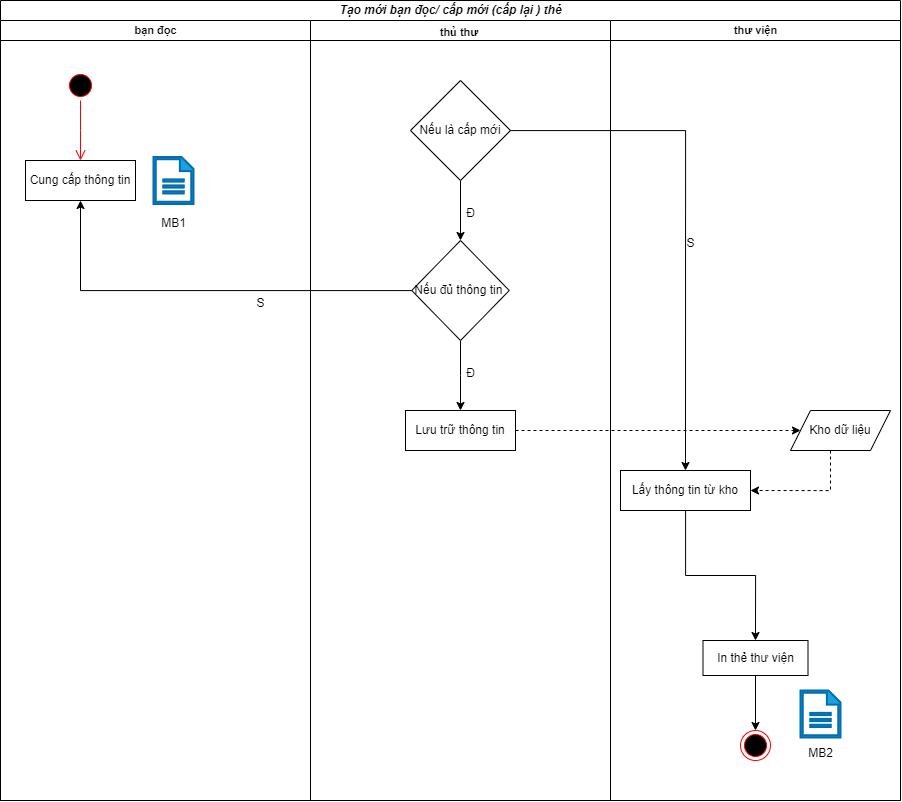
Earlier version of the draw.io export bài tap lớn/cấp mới (cấp lại ) thẻ.drawio.png (vqh17062001/PTTKHT). Source tidied: cells renumbered, new cells last; positions are measured from the earlier drawing's top-left corner, leaving out a move shared by most shapes. Source of this version:
```xml
<mxGraphModel>
  <root>
    <mxCell id="0" />
    <mxCell id="1" parent="0" />
    <mxCell id="2" value="&lt;b&gt;&lt;i&gt;Tạo mới bạn đọc/ cấp mới (cấp lại ) thẻ&lt;/i&gt;&lt;/b&gt;" style="swimlane;startSize=20;html=1;" parent="1" vertex="1">
      <mxGeometry width="900" height="800" as="geometry" />
    </mxCell>
    <mxCell id="3" value="&lt;font style=&quot;font-size: 11px;&quot;&gt;&lt;b&gt;bạn đọc&lt;/b&gt;&lt;br&gt;&lt;/font&gt;&lt;span style=&quot;font-size:13.0pt;&lt;br/&gt;line-height:130%;font-family:&amp;quot;Times New Roman&amp;quot;,serif;mso-fareast-font-family:&lt;br/&gt;Calibri;mso-ansi-language:VI;mso-fareast-language:EN-US;mso-bidi-language:AR-SA;&lt;br/&gt;mso-bidi-font-weight:bold&quot; lang=&quot;VI&quot;&gt;&lt;/span&gt;" style="swimlane;startSize=20;html=1;" parent="2" vertex="1">
      <mxGeometry y="20" width="310" height="780" as="geometry" />
    </mxCell>
    <mxCell id="4" style="ellipse;html=1;shape=startState;fillColor=#000000;strokeColor=#ff0000;" parent="3" vertex="1">
      <mxGeometry x="65" y="50" width="30" height="30" as="geometry" />
    </mxCell>
    <mxCell id="5" style="edgeStyle=orthogonalEdgeStyle;html=1;verticalAlign=bottom;endArrow=open;endSize=8;strokeColor=#ff0000;rounded=0;" parent="3" edge="1" source="4">
      <mxGeometry relative="1" as="geometry">
        <mxPoint x="80" y="140" as="targetPoint" />
      </mxGeometry>
    </mxCell>
    <mxCell id="6" value="Cung cấp thông tin" style="rounded=0;whiteSpace=wrap;html=1;" parent="3" vertex="1">
      <mxGeometry x="25" y="140" width="110" height="40" as="geometry" />
    </mxCell>
    <mxCell id="7" style="sketch=0;shadow=0;html=1;strokeColor=#006EAF;fillColor=#1ba1e2;labelPosition=center;verticalLabelPosition=bottom;verticalAlign=top;align=center;shape=mxgraph.office.concepts.document;fontColor=#ffffff;strokeWidth=2;" parent="3" vertex="1">
      <mxGeometry x="153" y="136.5" width="40" height="47" as="geometry" />
    </mxCell>
    <mxCell id="8" value="MB1" style="text;html=1;align=center;verticalAlign=middle;strokeColor=none;fillColor=none;" parent="3" vertex="1">
      <mxGeometry x="148" y="188" width="50" height="30" as="geometry" />
    </mxCell>
    <mxCell id="9" value="&lt;b&gt;&lt;font style=&quot;font-size: 11px;&quot;&gt;thủ thư&amp;nbsp;&lt;/font&gt;&lt;/b&gt;&lt;span style=&quot;font-size:13.0pt;line-height:130%;&lt;br/&gt;font-family:&amp;quot;Times New Roman&amp;quot;,serif;mso-fareast-font-family:Calibri;mso-ansi-language:&lt;br/&gt;VI;mso-fareast-language:EN-US;mso-bidi-language:AR-SA;mso-bidi-font-weight:&lt;br/&gt;bold&quot; lang=&quot;VI&quot;&gt;&lt;/span&gt;" style="swimlane;startSize=20;html=1;" parent="2" vertex="1">
      <mxGeometry x="310" y="20" width="300" height="780" as="geometry" />
    </mxCell>
    <mxCell id="10" style="edgeStyle=orthogonalEdgeStyle;rounded=0;jettySize=auto;html=1;entryX=0.5;entryY=0;entryDx=0;entryDy=0;" parent="9" edge="1" source="11" target="13">
      <mxGeometry relative="1" as="geometry" />
    </mxCell>
    <mxCell id="11" value="Nếu là cấp mới" style="rhombus;whiteSpace=wrap;html=1;" parent="9" vertex="1">
      <mxGeometry x="100" y="60" width="100" height="100" as="geometry" />
    </mxCell>
    <mxCell id="12" style="edgeStyle=orthogonalEdgeStyle;rounded=0;jettySize=auto;html=1;entryX=0.5;entryY=0;entryDx=0;entryDy=0;" parent="9" edge="1" source="13" target="14">
      <mxGeometry relative="1" as="geometry" />
    </mxCell>
    <mxCell id="13" value="Nếu đủ thông tin&amp;nbsp;" style="rhombus;whiteSpace=wrap;html=1;" parent="9" vertex="1">
      <mxGeometry x="101.2" y="220" width="97.5" height="100" as="geometry" />
    </mxCell>
    <mxCell id="14" value="Lưu trữ thông tin" style="rounded=0;whiteSpace=wrap;html=1;" parent="9" vertex="1">
      <mxGeometry x="95" y="390" width="110" height="40" as="geometry" />
    </mxCell>
    <mxCell id="15" value="&lt;b&gt;&lt;font style=&quot;font-size: 11px;&quot;&gt;thư viện&lt;/font&gt;&lt;/b&gt;" style="swimlane;startSize=20;html=1;" parent="2" vertex="1">
      <mxGeometry x="610" y="20" width="290" height="780" as="geometry" />
    </mxCell>
    <mxCell id="16" style="edgeStyle=orthogonalEdgeStyle;rounded=0;jettySize=auto;html=1;entryX=0.5;entryY=0;entryDx=0;entryDy=0;" parent="15" edge="1" source="17" target="18">
      <mxGeometry relative="1" as="geometry" />
    </mxCell>
    <mxCell id="17" value="In thẻ thư viện" style="rounded=0;whiteSpace=wrap;html=1;" parent="15" vertex="1">
      <mxGeometry x="92.5" y="620" width="105" height="35" as="geometry" />
    </mxCell>
    <mxCell id="18" style="ellipse;html=1;shape=endState;fillColor=#000000;strokeColor=#ff0000;" parent="15" vertex="1">
      <mxGeometry x="130" y="710" width="30" height="30" as="geometry" />
    </mxCell>
    <mxCell id="19" value="Kho dữ liệu" style="shape=parallelogram;perimeter=parallelogramPerimeter;whiteSpace=wrap;html=1;fixedSize=1;" parent="15" vertex="1">
      <mxGeometry x="180" y="390" width="100" height="40" as="geometry" />
    </mxCell>
    <mxCell id="20" style="edgeStyle=orthogonalEdgeStyle;rounded=0;jettySize=auto;html=1;entryX=1;entryY=0.5;entryDx=0;entryDy=0;dashed=1;" parent="15" edge="1" source="19" target="22">
      <mxGeometry relative="1" as="geometry">
        <Array as="points">
          <mxPoint x="220" y="470" />
        </Array>
      </mxGeometry>
    </mxCell>
    <mxCell id="21" style="edgeStyle=orthogonalEdgeStyle;rounded=0;jettySize=auto;html=1;entryX=0.5;entryY=0;entryDx=0;entryDy=0;" parent="15" edge="1" source="22" target="17">
      <mxGeometry relative="1" as="geometry" />
    </mxCell>
    <mxCell id="22" value="Lấy thông tin từ kho" style="rounded=0;whiteSpace=wrap;html=1;" parent="15" vertex="1">
      <mxGeometry x="10" y="450" width="130" height="40" as="geometry" />
    </mxCell>
    <mxCell id="23" style="sketch=0;shadow=0;html=1;strokeColor=#006EAF;fillColor=#1ba1e2;labelPosition=center;verticalLabelPosition=bottom;verticalAlign=top;align=center;shape=mxgraph.office.concepts.document;fontColor=#ffffff;strokeWidth=2;" parent="15" vertex="1">
      <mxGeometry x="190" y="670" width="40" height="47" as="geometry" />
    </mxCell>
    <mxCell id="24" style="edgeStyle=orthogonalEdgeStyle;rounded=0;jettySize=auto;html=1;exitX=1;exitY=0.5;exitDx=0;exitDy=0;entryX=0;entryY=0.5;entryDx=0;entryDy=0;dashed=1;" parent="2" edge="1" source="14" target="19">
      <mxGeometry relative="1" as="geometry" />
    </mxCell>
    <mxCell id="25" style="edgeStyle=orthogonalEdgeStyle;rounded=0;jettySize=auto;html=1;entryX=0.5;entryY=0;entryDx=0;entryDy=0;" parent="2" edge="1" source="11" target="22">
      <mxGeometry relative="1" as="geometry" />
    </mxCell>
    <mxCell id="26" style="edgeStyle=orthogonalEdgeStyle;rounded=0;jettySize=auto;html=1;entryX=0.5;entryY=1;entryDx=0;entryDy=0;" parent="2" edge="1" source="13" target="6">
      <mxGeometry relative="1" as="geometry" />
    </mxCell>
    <mxCell id="27" value="Đ" style="text;html=1;align=center;verticalAlign=middle;strokeColor=none;fillColor=none;" parent="1" vertex="1">
      <mxGeometry x="455" y="198" width="30" height="30" as="geometry" />
    </mxCell>
    <mxCell id="28" value="S" style="text;html=1;align=center;verticalAlign=middle;strokeColor=none;fillColor=none;" parent="1" vertex="1">
      <mxGeometry x="675" y="228" width="30" height="30" as="geometry" />
    </mxCell>
    <mxCell id="29" value="Đ" style="text;html=1;align=center;verticalAlign=middle;strokeColor=none;fillColor=none;" parent="1" vertex="1">
      <mxGeometry x="455" y="358" width="30" height="30" as="geometry" />
    </mxCell>
    <mxCell id="30" value="S" style="text;html=1;align=center;verticalAlign=middle;strokeColor=none;fillColor=none;" parent="1" vertex="1">
      <mxGeometry x="245" y="288" width="30" height="30" as="geometry" />
    </mxCell>
    <mxCell id="31" value="MB2" style="text;html=1;align=center;verticalAlign=middle;strokeColor=none;fillColor=none;" parent="1" vertex="1">
      <mxGeometry x="795" y="738" width="50" height="30" as="geometry" />
    </mxCell>
  </root>
</mxGraphModel>
```
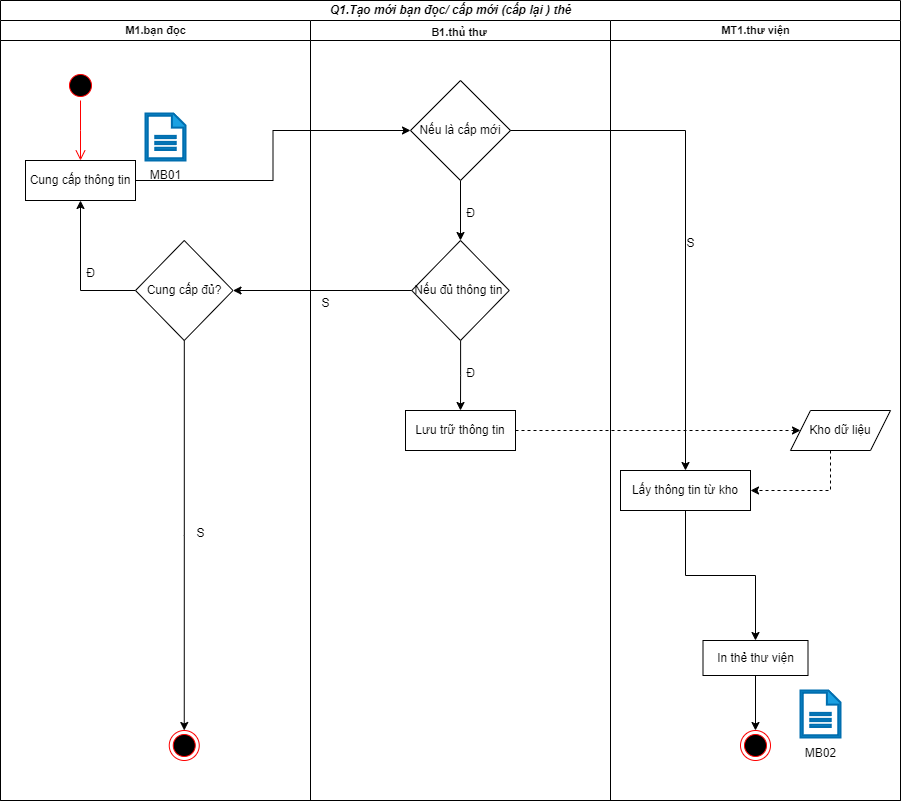
After the change.

Diff of the diagram source:
```diff
@@ -2,10 +2,10 @@
   <root>
     <mxCell id="0" />
     <mxCell id="1" parent="0" />
-    <mxCell id="2" value="&lt;b&gt;&lt;i&gt;Tạo mới bạn đọc/ cấp mới (cấp lại ) thẻ&lt;/i&gt;&lt;/b&gt;" style="swimlane;startSize=20;html=1;" parent="1" vertex="1">
+    <mxCell id="2" value="&lt;b&gt;&lt;i&gt;Q1.Tạo mới bạn đọc/ cấp mới (cấp lại ) thẻ&lt;/i&gt;&lt;/b&gt;" style="swimlane;startSize=20;html=1;" parent="1" vertex="1">
       <mxGeometry width="900" height="800" as="geometry" />
     </mxCell>
-    <mxCell id="3" value="&lt;font style=&quot;font-size: 11px;&quot;&gt;&lt;b&gt;bạn đọc&lt;/b&gt;&lt;br&gt;&lt;/font&gt;&lt;span style=&quot;font-size:13.0pt;&lt;br/&gt;line-height:130%;font-family:&amp;quot;Times New Roman&amp;quot;,serif;mso-fareast-font-family:&lt;br/&gt;Calibri;mso-ansi-language:VI;mso-fareast-language:EN-US;mso-bidi-language:AR-SA;&lt;br/&gt;mso-bidi-font-weight:bold&quot; lang=&quot;VI&quot;&gt;&lt;/span&gt;" style="swimlane;startSize=20;html=1;" parent="2" vertex="1">
+    <mxCell id="3" value="&lt;font style=&quot;font-size: 11px;&quot;&gt;&lt;b&gt;M1.bạn đọc&lt;/b&gt;&lt;br&gt;&lt;/font&gt;&lt;span style=&quot;font-size:13.0pt;&lt;br/&gt;line-height:130%;font-family:&amp;quot;Times New Roman&amp;quot;,serif;mso-fareast-font-family:&lt;br/&gt;Calibri;mso-ansi-language:VI;mso-fareast-language:EN-US;mso-bidi-language:AR-SA;&lt;br/&gt;mso-bidi-font-weight:bold&quot; lang=&quot;VI&quot;&gt;&lt;/span&gt;" style="swimlane;startSize=20;html=1;" parent="2" vertex="1">
       <mxGeometry y="20" width="310" height="780" as="geometry" />
     </mxCell>
     <mxCell id="4" style="ellipse;html=1;shape=startState;fillColor=#000000;strokeColor=#ff0000;" parent="3" vertex="1">
@@ -20,12 +20,28 @@
       <mxGeometry x="25" y="140" width="110" height="40" as="geometry" />
     </mxCell>
     <mxCell id="7" style="sketch=0;shadow=0;html=1;strokeColor=#006EAF;fillColor=#1ba1e2;labelPosition=center;verticalLabelPosition=bottom;verticalAlign=top;align=center;shape=mxgraph.office.concepts.document;fontColor=#ffffff;strokeWidth=2;" parent="3" vertex="1">
-      <mxGeometry x="153" y="136.5" width="40" height="47" as="geometry" />
+      <mxGeometry x="145" y="93" width="40" height="47" as="geometry" />
     </mxCell>
-    <mxCell id="8" value="MB1" style="text;html=1;align=center;verticalAlign=middle;strokeColor=none;fillColor=none;" parent="3" vertex="1">
-      <mxGeometry x="148" y="188" width="50" height="30" as="geometry" />
+    <mxCell id="8" value="MB01" style="text;html=1;align=center;verticalAlign=middle;strokeColor=none;fillColor=none;" parent="3" vertex="1">
+      <mxGeometry x="140" y="140" width="50" height="30" as="geometry" />
     </mxCell>
+    <mxCell id="32" style="edgeStyle=orthogonalEdgeStyle;rounded=0;jettySize=auto;html=1;entryX=0.5;entryY=1;entryDx=0;entryDy=0;" parent="3" edge="1" source="34" target="6">
+      <mxGeometry relative="1" as="geometry">
+        <Array as="points">
+          <mxPoint x="80" y="270" />
+        </Array>
+      </mxGeometry>
+    </mxCell>
+    <mxCell id="33" style="edgeStyle=orthogonalEdgeStyle;rounded=0;jettySize=auto;html=1;entryX=0.5;entryY=0;entryDx=0;entryDy=0;" parent="3" edge="1" source="34" target="35">
+      <mxGeometry relative="1" as="geometry" />
+    </mxCell>
+    <mxCell id="34" value="Cung cấp đủ?" style="rhombus;whiteSpace=wrap;html=1;" parent="3" vertex="1">
+      <mxGeometry x="135" y="220" width="97.5" height="100" as="geometry" />
+    </mxCell>
+    <mxCell id="35" style="ellipse;html=1;shape=endState;fillColor=#000000;strokeColor=#ff0000;" parent="3" vertex="1">
+      <mxGeometry x="168.8" y="710" width="30" height="30" as="geometry" />
+    </mxCell>
-    <mxCell id="9" value="&lt;b&gt;&lt;font style=&quot;font-size: 11px;&quot;&gt;thủ thư&amp;nbsp;&lt;/font&gt;&lt;/b&gt;&lt;span style=&quot;font-size:13.0pt;line-height:130%;&lt;br/&gt;font-family:&amp;quot;Times New Roman&amp;quot;,serif;mso-fareast-font-family:Calibri;mso-ansi-language:&lt;br/&gt;VI;mso-fareast-language:EN-US;mso-bidi-language:AR-SA;mso-bidi-font-weight:&lt;br/&gt;bold&quot; lang=&quot;VI&quot;&gt;&lt;/span&gt;" style="swimlane;startSize=20;html=1;" parent="2" vertex="1">
+    <mxCell id="9" value="&lt;b&gt;&lt;font style=&quot;font-size: 11px;&quot;&gt;B1.thủ thư&amp;nbsp;&lt;/font&gt;&lt;/b&gt;&lt;span style=&quot;font-size:13.0pt;line-height:130%;&lt;br/&gt;font-family:&amp;quot;Times New Roman&amp;quot;,serif;mso-fareast-font-family:Calibri;mso-ansi-language:&lt;br/&gt;VI;mso-fareast-language:EN-US;mso-bidi-language:AR-SA;mso-bidi-font-weight:&lt;br/&gt;bold&quot; lang=&quot;VI&quot;&gt;&lt;/span&gt;" style="swimlane;startSize=20;html=1;" parent="2" vertex="1">
       <mxGeometry x="310" y="20" width="300" height="780" as="geometry" />
     </mxCell>
     <mxCell id="10" style="edgeStyle=orthogonalEdgeStyle;rounded=0;jettySize=auto;html=1;entryX=0.5;entryY=0;entryDx=0;entryDy=0;" parent="9" edge="1" source="11" target="13">
@@ -43,7 +59,10 @@
     <mxCell id="14" value="Lưu trữ thông tin" style="rounded=0;whiteSpace=wrap;html=1;" parent="9" vertex="1">
       <mxGeometry x="95" y="390" width="110" height="40" as="geometry" />
     </mxCell>
+    <mxCell id="30" value="S" style="text;html=1;align=center;verticalAlign=middle;strokeColor=none;fillColor=none;" parent="9" vertex="1">
+      <mxGeometry y="268" width="30" height="30" as="geometry" />
+    </mxCell>
-    <mxCell id="15" value="&lt;b&gt;&lt;font style=&quot;font-size: 11px;&quot;&gt;thư viện&lt;/font&gt;&lt;/b&gt;" style="swimlane;startSize=20;html=1;" parent="2" vertex="1">
+    <mxCell id="15" value="&lt;b&gt;&lt;font style=&quot;font-size: 11px;&quot;&gt;MT1.thư viện&lt;/font&gt;&lt;/b&gt;" style="swimlane;startSize=20;html=1;" parent="2" vertex="1">
       <mxGeometry x="610" y="20" width="290" height="780" as="geometry" />
     </mxCell>
     <mxCell id="16" style="edgeStyle=orthogonalEdgeStyle;rounded=0;jettySize=auto;html=1;entryX=0.5;entryY=0;entryDx=0;entryDy=0;" parent="15" edge="1" source="17" target="18">
@@ -80,7 +99,10 @@
     <mxCell id="25" style="edgeStyle=orthogonalEdgeStyle;rounded=0;jettySize=auto;html=1;entryX=0.5;entryY=0;entryDx=0;entryDy=0;" parent="2" edge="1" source="11" target="22">
       <mxGeometry relative="1" as="geometry" />
     </mxCell>
+    <mxCell id="36" style="edgeStyle=orthogonalEdgeStyle;rounded=0;jettySize=auto;html=1;entryX=0;entryY=0.5;entryDx=0;entryDy=0;" parent="2" edge="1" source="6" target="11">
+      <mxGeometry relative="1" as="geometry" />
+    </mxCell>
-    <mxCell id="26" style="edgeStyle=orthogonalEdgeStyle;rounded=0;jettySize=auto;html=1;entryX=0.5;entryY=1;entryDx=0;entryDy=0;" parent="2" edge="1" source="13" target="6">
+    <mxCell id="26" style="edgeStyle=orthogonalEdgeStyle;rounded=0;jettySize=auto;html=1;entryX=1;entryY=0.5;entryDx=0;entryDy=0;" parent="2" edge="1" source="13" target="34">
       <mxGeometry relative="1" as="geometry" />
     </mxCell>
     <mxCell id="27" value="Đ" style="text;html=1;align=center;verticalAlign=middle;strokeColor=none;fillColor=none;" parent="1" vertex="1">
@@ -92,11 +114,14 @@
     <mxCell id="29" value="Đ" style="text;html=1;align=center;verticalAlign=middle;strokeColor=none;fillColor=none;" parent="1" vertex="1">
       <mxGeometry x="455" y="358" width="30" height="30" as="geometry" />
     </mxCell>
-    <mxCell id="30" value="S" style="text;html=1;align=center;verticalAlign=middle;strokeColor=none;fillColor=none;" parent="1" vertex="1">
-      <mxGeometry x="245" y="288" width="30" height="30" as="geometry" />
-    </mxCell>
-    <mxCell id="31" value="MB2" style="text;html=1;align=center;verticalAlign=middle;strokeColor=none;fillColor=none;" parent="1" vertex="1">
+    <mxCell id="31" value="MB02" style="text;html=1;align=center;verticalAlign=middle;strokeColor=none;fillColor=none;" parent="1" vertex="1">
       <mxGeometry x="795" y="738" width="50" height="30" as="geometry" />
     </mxCell>
+    <mxCell id="37" value="Đ" style="text;html=1;align=center;verticalAlign=middle;strokeColor=none;fillColor=none;" parent="1" vertex="1">
+      <mxGeometry x="75" y="258" width="30" height="30" as="geometry" />
+    </mxCell>
+    <mxCell id="38" value="S" style="text;html=1;align=center;verticalAlign=middle;strokeColor=none;fillColor=none;" parent="1" vertex="1">
+      <mxGeometry x="185" y="518" width="30" height="30" as="geometry" />
+    </mxCell>
   </root>
 </mxGraphModel>
```
